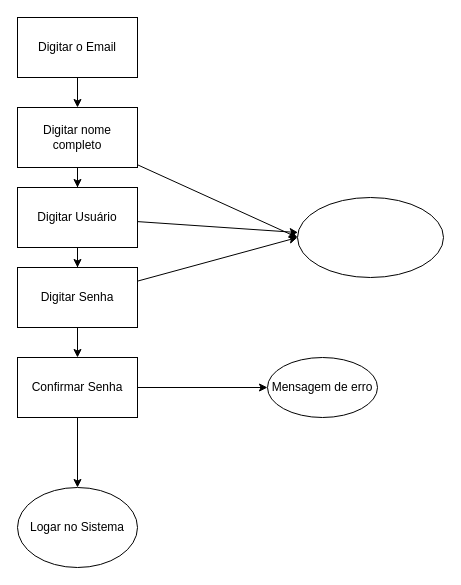
This is QA Aula 1.drawio from Chibilski/Alura, a draw.io file, before an edit. Source tidied: cells renumbered, new cells numbered last; positions are measured from the earlier drawing's top-left corner, leaving out a move shared by most shapes. Both pictures are drawn from the tidied source at 100%, with x=0, y=0 at pixel (17, 17).
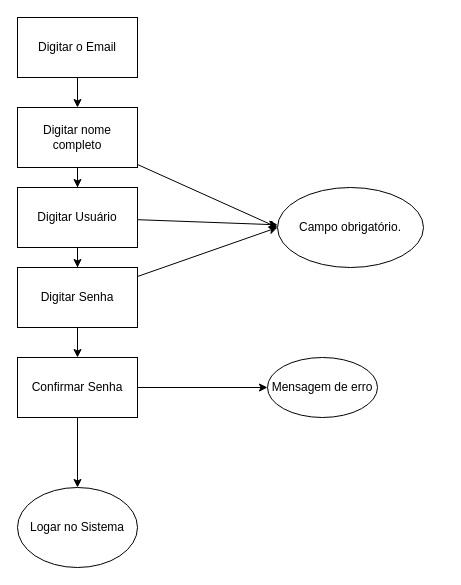
The same page after the edit.

Diff of the diagram source:
```diff
@@
 <mxGraphModel>
   <root>
     <mxCell id="0" />
     <mxCell id="1" parent="0" />
     <mxCell id="2" style="edgeStyle=orthogonalEdgeStyle;rounded=0;jettySize=auto;html=1;" parent="1" edge="1" source="3" target="6">
       <mxGeometry relative="1" as="geometry" />
     </mxCell>
     <mxCell id="3" value="Digitar o Email" style="rounded=0;whiteSpace=wrap;html=1;" parent="1" vertex="1">
       <mxGeometry width="120" height="60" as="geometry" />
     </mxCell>
     <mxCell id="4" style="edgeStyle=orthogonalEdgeStyle;rounded=0;jettySize=auto;html=1;" parent="1" edge="1" source="6" target="15">
       <mxGeometry relative="1" as="geometry" />
     </mxCell>
     <mxCell id="5" style="rounded=0;jettySize=auto;html=1;entryX=0;entryY=0.5;entryDx=0;entryDy=0;" parent="1" edge="1" source="6" target="18">
       <mxGeometry relative="1" as="geometry" />
     </mxCell>
     <mxCell id="6" value="Digitar nome completo" style="rounded=0;whiteSpace=wrap;html=1;" parent="1" vertex="1">
       <mxGeometry y="90" width="120" height="60" as="geometry" />
     </mxCell>
     <mxCell id="7" style="edgeStyle=orthogonalEdgeStyle;rounded=0;jettySize=auto;html=1;" parent="1" edge="1" source="9" target="12">
       <mxGeometry relative="1" as="geometry" />
     </mxCell>
     <mxCell id="8" style="rounded=0;jettySize=auto;html=1;entryX=0;entryY=0.5;entryDx=0;entryDy=0;" parent="1" edge="1" source="9" target="18">
       <mxGeometry relative="1" as="geometry" />
     </mxCell>
     <mxCell id="9" value="Digitar Senha" style="rounded=0;whiteSpace=wrap;html=1;" parent="1" vertex="1">
       <mxGeometry y="250" width="120" height="60" as="geometry" />
     </mxCell>
     <mxCell id="10" style="edgeStyle=orthogonalEdgeStyle;rounded=0;jettySize=auto;html=1;" parent="1" edge="1" source="12" target="16">
       <mxGeometry relative="1" as="geometry" />
     </mxCell>
     <mxCell id="11" style="edgeStyle=orthogonalEdgeStyle;rounded=0;jettySize=auto;html=1;" parent="1" edge="1" source="12" target="17">
       <mxGeometry relative="1" as="geometry" />
     </mxCell>
     <mxCell id="12" value="Confirmar Senha" style="rounded=0;whiteSpace=wrap;html=1;" parent="1" vertex="1">
       <mxGeometry y="340" width="120" height="60" as="geometry" />
     </mxCell>
     <mxCell id="13" style="edgeStyle=orthogonalEdgeStyle;rounded=0;jettySize=auto;html=1;" parent="1" edge="1" source="15" target="9">
       <mxGeometry relative="1" as="geometry" />
     </mxCell>
     <mxCell id="14" style="rounded=0;jettySize=auto;html=1;" parent="1" edge="1" source="15" target="18">
       <mxGeometry relative="1" as="geometry" />
     </mxCell>
     <mxCell id="15" value="Digitar Usuário" style="rounded=0;whiteSpace=wrap;html=1;" parent="1" vertex="1">
       <mxGeometry y="170" width="120" height="60" as="geometry" />
     </mxCell>
     <mxCell id="16" value="Mensagem de erro" style="ellipse;whiteSpace=wrap;html=1;rounded=0;" parent="1" vertex="1">
       <mxGeometry x="250" y="340" width="110" height="60" as="geometry" />
     </mxCell>
     <mxCell id="17" value="Logar no Sistema" style="ellipse;whiteSpace=wrap;html=1;rounded=0;" parent="1" vertex="1">
       <mxGeometry y="470" width="120" height="80" as="geometry" />
     </mxCell>
-    <mxCell id="18" style="ellipse;whiteSpace=wrap;html=1;rounded=0;" parent="1" vertex="1">
-      <mxGeometry x="280" y="180" width="146" height="80" as="geometry" />
+    <mxCell id="18" value="Campo obrigatório." style="ellipse;whiteSpace=wrap;html=1;rounded=0;" parent="1" vertex="1">
+      <mxGeometry x="260" y="170" width="146" height="80" as="geometry" />
     </mxCell>
   </root>
 </mxGraphModel>
```
